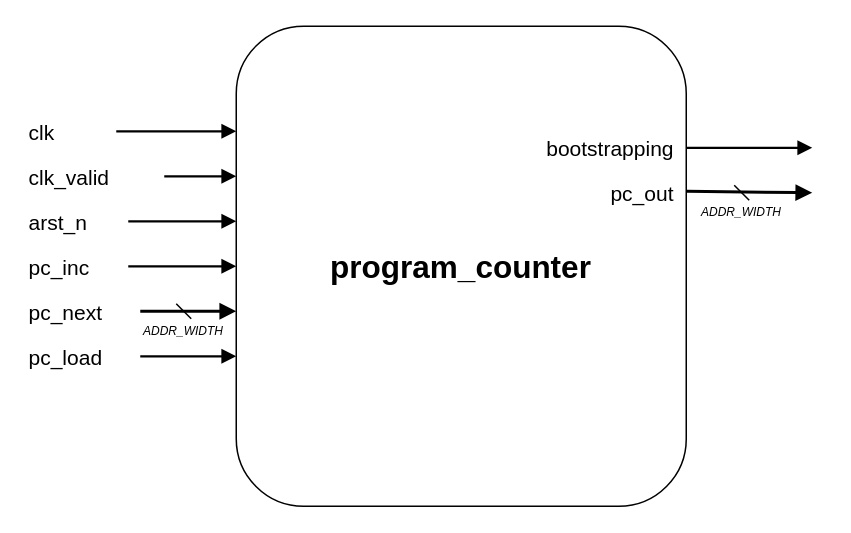
Before: documentation/schematics/program_counter.drawio in ChutsE/uC_8bits, a draw.io diagram. Source tidied: cells renumbered, new cells numbered last; positions are measured from the earlier drawing's top-left corner, leaving out a move shared by most shapes. Both pictures are drawn from the tidied source at 150%, with x=0, y=0 at pixel (26, 26).
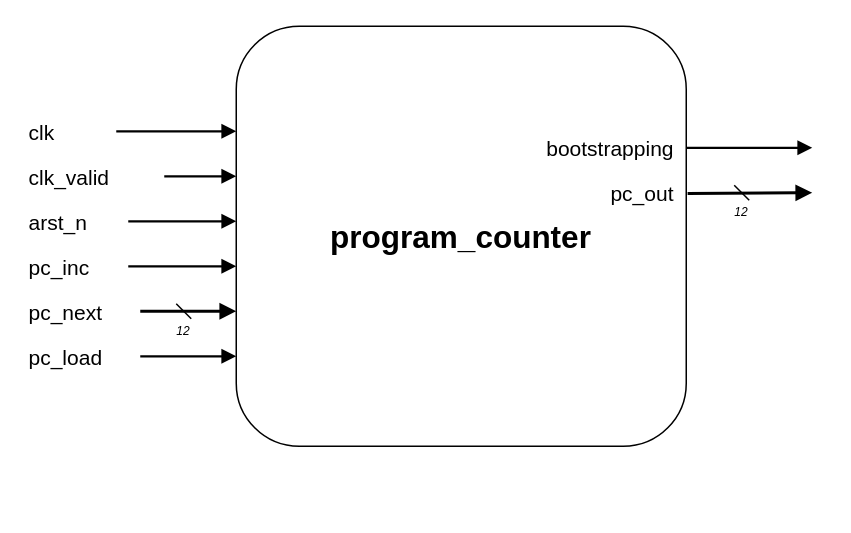
The same diagram, later.

Diff of the diagram source:
```diff
@@
     <mxCell id="2" value="&lt;font style=&quot;font-size: 21px;&quot;&gt;program_counter&lt;/font&gt;" style="rounded=1;whiteSpace=wrap;html=1;fontSize=14;fontStyle=1;labelBackgroundColor=none;" parent="1" vertex="1">
-      <mxGeometry x="140" width="300" height="320" as="geometry" />
+      <mxGeometry x="140" width="300" height="280" as="geometry" />
     </mxCell>
@@
-    <mxCell id="13" value="ADDR_WIDTH" style="text;align=center;verticalAlign=top;fontSize=8;fontStyle=2;fontColor=light-dark(#000000,#B3B3B3);labelBackgroundColor=none;" parent="1" vertex="1">
+    <mxCell id="13" value="12" style="text;align=center;verticalAlign=top;fontSize=8;fontStyle=2;fontColor=light-dark(#000000,#B3B3B3);labelBackgroundColor=none;" parent="1" vertex="1">
       <mxGeometry x="70" y="192" width="70" height="16" as="geometry" />
     </mxCell>
@@
-    <mxCell id="20" style="endArrow=block;strokeWidth=2;strokeColor=default;labelBackgroundColor=none;fontColor=light-dark(#000000,#FFFFFF);exitX=1.001;exitY=0.344;exitDx=0;exitDy=0;exitPerimeter=0;" parent="1" edge="1" source="2">
+    <mxCell id="20" style="endArrow=block;strokeWidth=2;strokeColor=default;labelBackgroundColor=none;fontColor=light-dark(#000000,#FFFFFF);exitX=1.003;exitY=0.398;exitDx=0;exitDy=0;exitPerimeter=0;" parent="1" edge="1" source="2">
       <mxGeometry relative="1" as="geometry">
         <mxPoint x="524" y="111" as="targetPoint" />
       </mxGeometry>
     </mxCell>
-    <mxCell id="21" value="ADDR_WIDTH" style="text;align=center;verticalAlign=top;fontSize=8;fontStyle=2;fontColor=light-dark(#000000,#B3B3B3);labelBackgroundColor=none;" parent="1" vertex="1">
+    <mxCell id="21" value="12" style="text;align=center;verticalAlign=top;fontSize=8;fontStyle=2;fontColor=light-dark(#000000,#B3B3B3);labelBackgroundColor=none;" parent="1" vertex="1">
       <mxGeometry x="440" y="113" width="74" height="16" as="geometry" />
     </mxCell>
```
